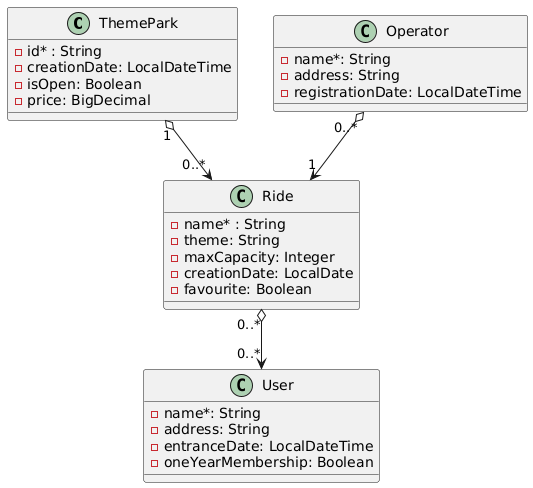
miw-upm/apaw-practice keeps this PlantUML diagram as docs/theme-park.models.png. Above is the earlier version. The source it was exported from:
```plantuml
@startuml
class ThemePark
class Ride
class Operator
class User

ThemePark "1" o-down-> "0..*" Ride
Ride "0..*" o-down-> "0..*" User
Operator "0..*" o-down-> "1" Ride

class ThemePark{
 - id* : String
 - creationDate: LocalDateTime
 - isOpen: Boolean
 - price: BigDecimal
}

class Ride{
 - name* : String
 - theme: String
 - maxCapacity: Integer
 - creationDate: LocalDate
 - favourite: Boolean
}

class User{
 - name*: String
 - address: String
 - entranceDate: LocalDateTime
 - oneYearMembership: Boolean
}

class Operator{
 - name*: String
 - address: String
 - registrationDate: LocalDateTime
}
@enduml
```
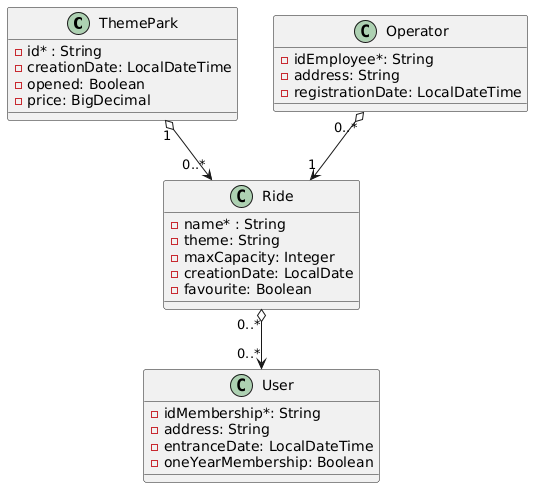
After the change.

Commit message:
More corrections in model and uml #823

The edit, as a diff of the source:
```diff
@@ -11,7 +11,7 @@
 class ThemePark{
  - id* : String
  - creationDate: LocalDateTime
- - isOpen: Boolean
+ - opened: Boolean
  - price: BigDecimal
 }
 
@@ -24,14 +24,14 @@
 }
 
 class User{
- - name*: String
+ - idMembership*: String
  - address: String
  - entranceDate: LocalDateTime
  - oneYearMembership: Boolean
 }
 
 class Operator{
- - name*: String
+ - idEmployee*: String
  - address: String
  - registrationDate: LocalDateTime
 }
```
